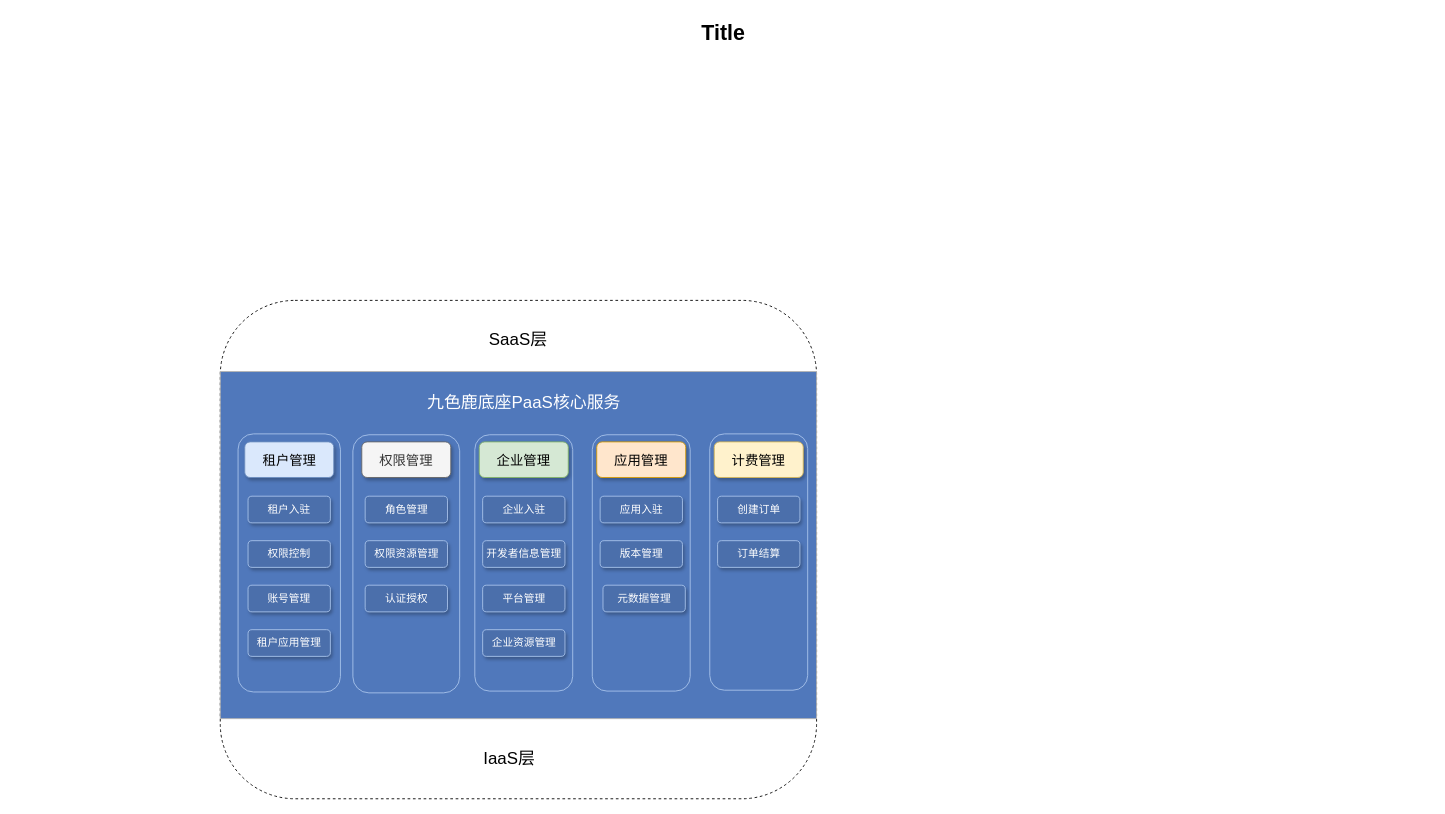
Above: Untitled Diagram.drawio in greenabyss/image (draw.io), before the change. Source tidied: cells renumbered, new cells numbered last; positions are measured from the earlier drawing's top-left corner, leaving out a move shared by most shapes. Both pictures are drawn from the tidied source at 89%, with x=0, y=0 at pixel (15, 15).
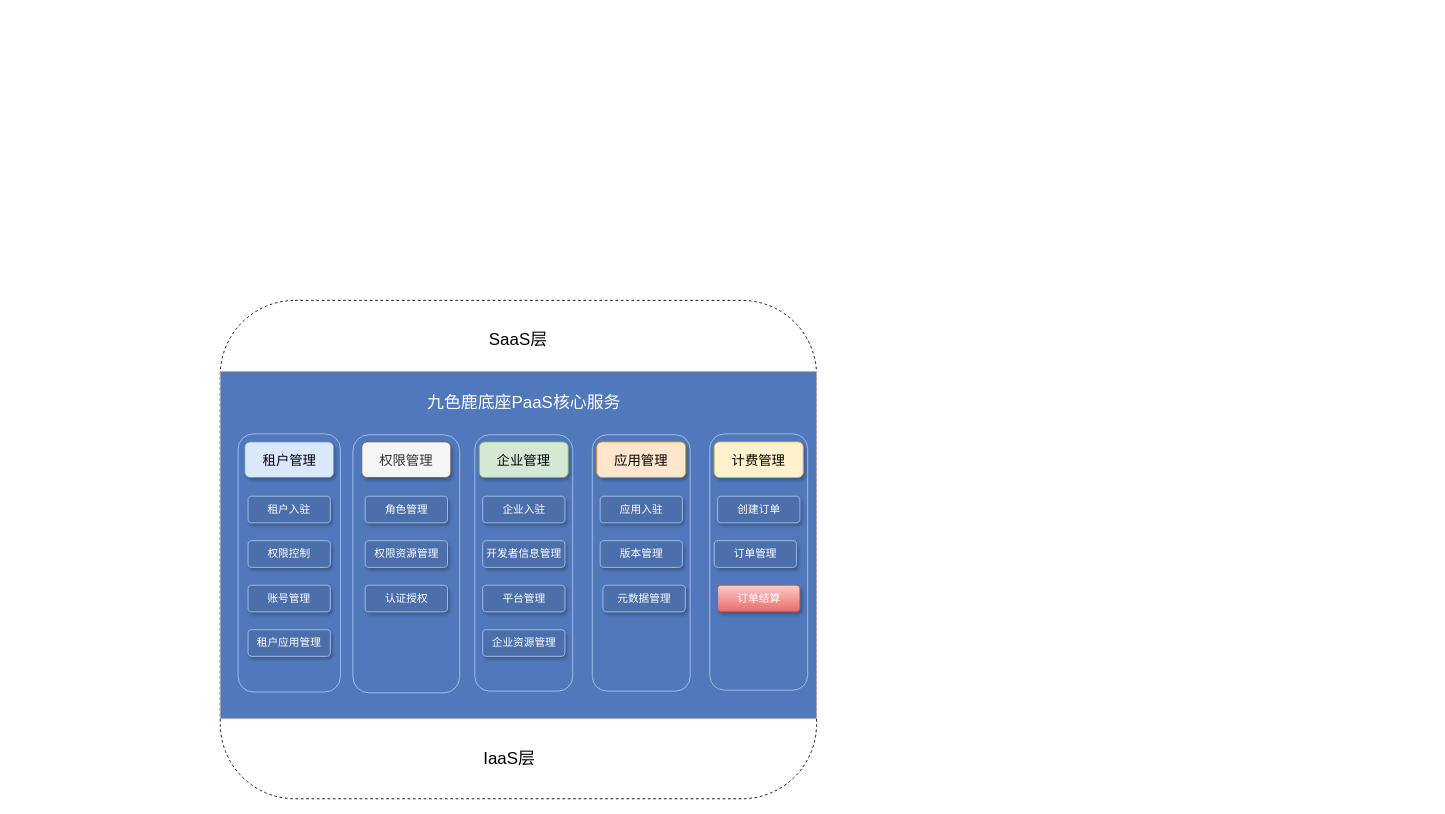
The same page after the edit.

Change to the diagram source:
```diff
@@
-    <mxCell id="2" value="Title" style="text;strokeColor=none;fillColor=none;html=1;fontSize=24;fontStyle=1;verticalAlign=middle;align=center;" parent="1" vertex="1">
-      <mxGeometry width="1590" height="40" as="geometry" />
-    </mxCell>
-    <mxCell id="3" style="rounded=1;whiteSpace=wrap;html=1;fillColor=#FFFFFF;dashed=1;" parent="1" vertex="1">
+    <mxCell id="3" style="rounded=1;whiteSpace=wrap;html=1;dashed=1;fillColor=none;" parent="1" vertex="1">
       <mxGeometry x="230" y="320" width="670" height="560" as="geometry" />
     </mxCell>
@@
-    <mxCell id="30" value="&lt;font color=&quot;#ffffff&quot;&gt;订单结算&lt;/font&gt;" style="rounded=1;whiteSpace=wrap;html=1;shadow=1;strokeColor=#A9C4EB;fillColor=#4B6FAB;gradientColor=none;" parent="1" vertex="1">
-      <mxGeometry x="788.8" y="590" width="92.5" height="30" as="geometry" />
+    <mxCell id="30" value="&lt;font color=&quot;#ffffff&quot;&gt;订单结算&lt;/font&gt;" style="rounded=1;whiteSpace=wrap;html=1;shadow=1;strokeColor=#b85450;fillColor=#f8cecc;gradientColor=#ea6b66;" parent="1" vertex="1">
+      <mxGeometry x="788.8" y="640" width="92.5" height="30" as="geometry" />
     </mxCell>
@@
+    <mxCell id="34" value="&lt;font color=&quot;#ffffff&quot;&gt;订单管理&lt;/font&gt;" style="rounded=1;whiteSpace=wrap;html=1;shadow=1;strokeColor=#A9C4EB;fillColor=#4B6FAB;gradientColor=none;" parent="1" vertex="1">
+      <mxGeometry x="785" y="590" width="92.5" height="30" as="geometry" />
+    </mxCell>
```
